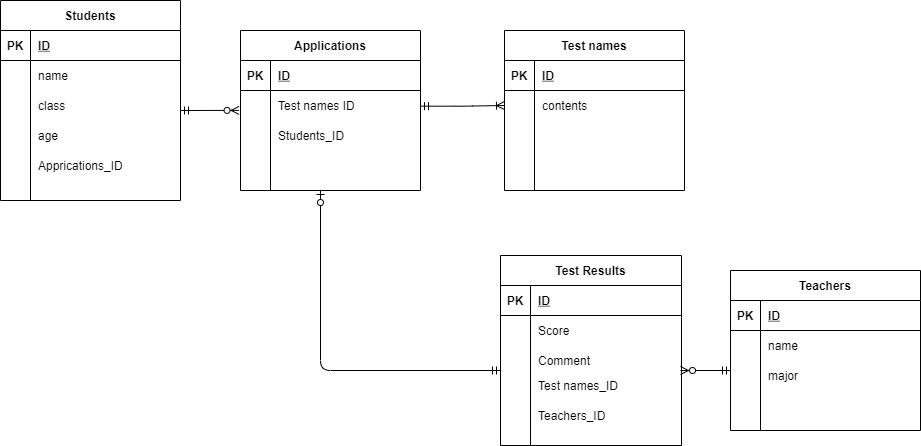
Above: .drawio.png in mioirie/20220103omi (draw.io), before the change. Source tidied: cells renumbered, new cells last; positions are measured from the earlier drawing's top-left corner, leaving out a move shared by most shapes.
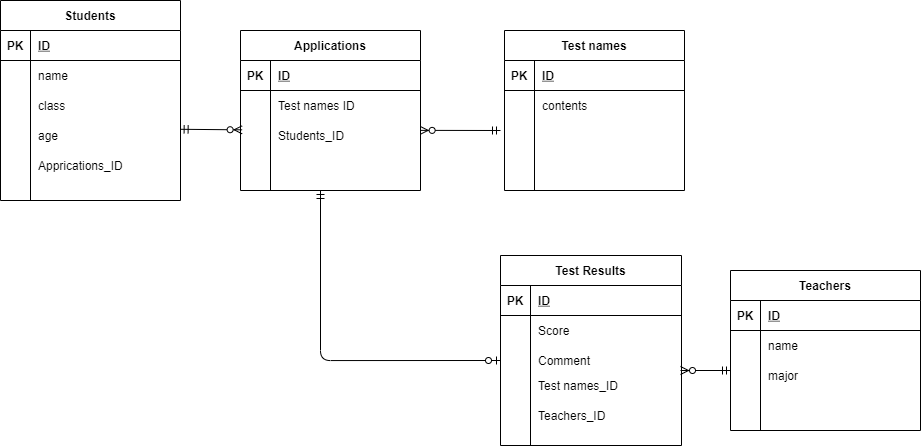
Later version of the same file.

The edit, as a diff of the source:
```diff
@@ -203,10 +203,8 @@
     <mxCell id="68" value="Teachers_ID" style="shape=partialRectangle;fillColor=none;top=0;left=0;bottom=0;right=0;align=left;spacingLeft=6;overflow=hidden;" parent="1" vertex="1">
       <mxGeometry x="530" y="400" width="151" height="30" as="geometry" />
     </mxCell>
-    <mxCell id="69" style="fontSize=12;html=1;endArrow=ERzeroToMany;startArrow=ERmandOne;entryX=-0.008;entryY=0.663;entryDx=0;entryDy=0;entryPerimeter=0;" parent="1" edge="1" target="58">
-      <mxGeometry relative="1" as="geometry">
-        <mxPoint x="180" y="110" as="sourcePoint" />
-      </mxGeometry>
+    <mxCell id="69" style="fontSize=12;html=1;endArrow=ERzeroToMany;startArrow=ERmandOne;entryX=0.009;entryY=0.311;entryDx=0;entryDy=0;entryPerimeter=0;exitX=0.998;exitY=0.293;exitDx=0;exitDy=0;exitPerimeter=0;" parent="1" edge="1" source="12" target="61">
+      <mxGeometry relative="1" as="geometry" />
     </mxCell>
     <mxCell id="70" style="fontSize=12;html=1;endArrow=ERzeroToMany;startArrow=ERmandOne;" parent="1" edge="1">
       <mxGeometry relative="1" as="geometry">
@@ -214,19 +212,15 @@
         <mxPoint x="680" y="370" as="targetPoint" />
       </mxGeometry>
     </mxCell>
-    <mxCell id="71" style="edgeStyle=orthogonalEdgeStyle;fontSize=12;html=1;endArrow=ERzeroToOne;startArrow=ERmandOne;" parent="1" edge="1">
+    <mxCell id="71" style="edgeStyle=orthogonalEdgeStyle;fontSize=12;html=1;endArrow=ERzeroToOne;startArrow=ERmandOne;entryX=0;entryY=0.5;entryDx=0;entryDy=0;" parent="1" edge="1" target="48">
       <mxGeometry relative="1" as="geometry">
-        <mxPoint x="500" y="370" as="sourcePoint" />
-        <mxPoint x="320" y="190" as="targetPoint" />
-        <Array as="points">
-          <mxPoint x="320" y="370" />
-        </Array>
+        <mxPoint x="320" y="190" as="sourcePoint" />
       </mxGeometry>
     </mxCell>
-    <mxCell id="72" style="edgeStyle=orthogonalEdgeStyle;fontSize=12;html=1;endArrow=ERoneToMany;startArrow=ERmandOne;entryX=0;entryY=0.5;entryDx=0;entryDy=0;" parent="1" edge="1" target="32">
-      <mxGeometry relative="1" as="geometry">
-        <mxPoint x="420" y="105.7" as="sourcePoint" />
-      </mxGeometry>
-    </mxCell>
+    <mxCell id="73" style="fontSize=12;html=1;endArrow=ERzeroToMany;startArrow=ERmandOne;entryX=0.998;entryY=0.329;entryDx=0;entryDy=0;entryPerimeter=0;" parent="1" edge="1" target="61">
+      <mxGeometry relative="1" as="geometry">
+        <mxPoint x="500" y="130" as="sourcePoint" />
+      </mxGeometry>
+    </mxCell>
   </root>
 </mxGraphModel>
```
